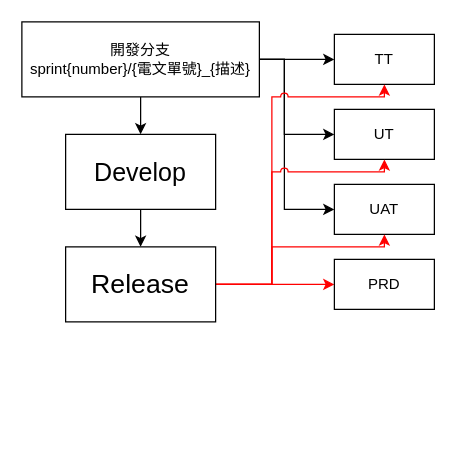
YuHaoLiaoTony/MyImage keeps this draw.io diagram as page "Git-Flow" (7 of 7) of 外幣定存.drawio. Above is the earlier version. Source tidied: cells renumbered, new cells numbered last; positions are measured from the earlier drawing's top-left corner, leaving out a move shared by most shapes. Both pictures are drawn from the tidied source at 125%, with x=0, y=0 at pixel (21, 21).
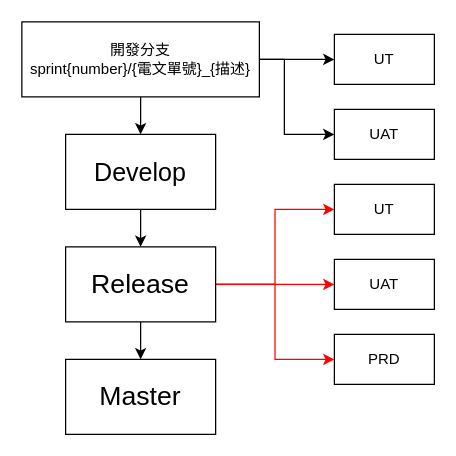
The same diagram, later.

Unchanged cells that the change refers to:
```xml
<mxCell id="6" value="開發分支&lt;br&gt;sprint{number}/{電文單號}_{描述}" style="rounded=0;whiteSpace=wrap;html=1;" parent="1" vertex="1">
  <mxGeometry width="190" height="60" as="geometry" />
</mxCell>
<mxCell id="16" value="&lt;span style=&quot;font-size: 16pt ; font-family: &amp;#34;calibri&amp;#34;&quot;&gt;Release&lt;/span&gt;" style="rounded=0;whiteSpace=wrap;html=1;fontSize=20;" parent="1" vertex="1">
  <mxGeometry x="35" y="180" width="120" height="60" as="geometry" />
</mxCell>
```

What changed in the source:
```diff
@@
-    <mxCell id="3" style="edgeStyle=orthogonalEdgeStyle;rounded=0;jettySize=auto;html=1;entryX=0;entryY=0.5;entryDx=0;entryDy=0;fontSize=20;jumpStyle=arc;" parent="1" edge="1" source="6" target="9">
-      <mxGeometry relative="1" as="geometry" />
+    <mxCell id="3" style="edgeStyle=orthogonalEdgeStyle;rounded=0;jettySize=auto;html=1;entryX=0;entryY=0.5;entryDx=0;entryDy=0;fontSize=20;jumpStyle=arc;" parent="1" edge="1" source="6">
+      <mxGeometry relative="1" as="geometry">
+        <mxPoint x="250" y="30" as="targetPoint" />
+      </mxGeometry>
     </mxCell>
-    <mxCell id="4" style="edgeStyle=orthogonalEdgeStyle;rounded=0;jettySize=auto;html=1;entryX=0;entryY=0.5;entryDx=0;entryDy=0;fontSize=20;jumpStyle=arc;" parent="1" edge="1" source="6" target="10">
-      <mxGeometry relative="1" as="geometry">
-        <Array as="points">
-          <mxPoint x="210" y="30" />
-          <mxPoint x="210" y="90" />
-        </Array>
-      </mxGeometry>
-    </mxCell>
     <mxCell id="5" style="edgeStyle=orthogonalEdgeStyle;rounded=0;jettySize=auto;html=1;entryX=0;entryY=0.5;entryDx=0;entryDy=0;fontSize=20;jumpStyle=arc;" parent="1" edge="1" source="6" target="11">
       <mxGeometry relative="1" as="geometry">
         <Array as="points">
           <mxPoint x="210" y="30" />
-          <mxPoint x="210" y="150" />
+          <mxPoint x="210" y="90" />
         </Array>
       </mxGeometry>
     </mxCell>
@@
-    <mxCell id="9" value="TT" style="rounded=0;whiteSpace=wrap;html=1;" parent="1" vertex="1">
-      <mxGeometry x="250" y="10" width="80" height="40" as="geometry" />
-    </mxCell>
     <mxCell id="10" value="UT" style="rounded=0;whiteSpace=wrap;html=1;" parent="1" vertex="1">
-      <mxGeometry x="250" y="70" width="80" height="40" as="geometry" />
+      <mxGeometry x="250" y="10" width="80" height="40" as="geometry" />
     </mxCell>
     <mxCell id="11" value="UAT" style="rounded=0;whiteSpace=wrap;html=1;" parent="1" vertex="1">
-      <mxGeometry x="250" y="130" width="80" height="40" as="geometry" />
+      <mxGeometry x="250" y="70" width="80" height="40" as="geometry" />
     </mxCell>
@@
-    <mxCell id="13" style="edgeStyle=orthogonalEdgeStyle;rounded=0;jumpStyle=arc;jettySize=auto;html=1;entryX=0.5;entryY=1;entryDx=0;entryDy=0;fontSize=20;strokeColor=#FF0000;exitX=1;exitY=0.5;exitDx=0;exitDy=0;" parent="1" edge="1" source="16" target="11">
-      <mxGeometry relative="1" as="geometry">
-        <Array as="points">
-          <mxPoint x="200" y="210" />
-          <mxPoint x="200" y="180" />
-          <mxPoint x="290" y="180" />
-        </Array>
-      </mxGeometry>
-    </mxCell>
-    <mxCell id="14" style="edgeStyle=orthogonalEdgeStyle;rounded=0;jumpStyle=arc;jettySize=auto;html=1;entryX=0.5;entryY=1;entryDx=0;entryDy=0;fontSize=20;strokeColor=#FF0000;" parent="1" edge="1" source="16" target="10">
-      <mxGeometry relative="1" as="geometry">
-        <Array as="points">
-          <mxPoint x="200" y="210" />
-          <mxPoint x="200" y="120" />
-          <mxPoint x="290" y="120" />
-        </Array>
-      </mxGeometry>
-    </mxCell>
-    <mxCell id="15" style="edgeStyle=orthogonalEdgeStyle;rounded=0;jumpStyle=arc;jettySize=auto;html=1;entryX=0.5;entryY=1;entryDx=0;entryDy=0;fontSize=20;strokeColor=#FF0000;" parent="1" edge="1" source="16" target="9">
-      <mxGeometry relative="1" as="geometry">
-        <Array as="points">
-          <mxPoint x="200" y="210" />
-          <mxPoint x="200" y="60" />
-          <mxPoint x="290" y="60" />
-        </Array>
-      </mxGeometry>
-    </mxCell>
+    <mxCell id="18" style="edgeStyle=orthogonalEdgeStyle;rounded=0;jettySize=auto;html=1;entryX=0;entryY=0.5;entryDx=0;entryDy=0;strokeColor=#FF0000;" parent="1" edge="1" source="16" target="22">
+      <mxGeometry relative="1" as="geometry" />
+    </mxCell>
+    <mxCell id="19" style="edgeStyle=orthogonalEdgeStyle;rounded=0;jettySize=auto;html=1;entryX=0;entryY=0.5;entryDx=0;entryDy=0;strokeColor=#FF0000;" parent="1" edge="1" source="16" target="21">
+      <mxGeometry relative="1" as="geometry" />
+    </mxCell>
+    <mxCell id="20" style="edgeStyle=orthogonalEdgeStyle;rounded=0;jettySize=auto;html=1;" parent="1" edge="1" source="16" target="23">
+      <mxGeometry relative="1" as="geometry" />
+    </mxCell>
@@
     <mxCell id="17" value="PRD" style="rounded=0;whiteSpace=wrap;html=1;" parent="1" vertex="1">
-      <mxGeometry x="250" y="190" width="80" height="40" as="geometry" />
+      <mxGeometry x="250" y="250" width="80" height="40" as="geometry" />
     </mxCell>
+    <mxCell id="21" value="UT" style="rounded=0;whiteSpace=wrap;html=1;" parent="1" vertex="1">
+      <mxGeometry x="250" y="130" width="80" height="40" as="geometry" />
+    </mxCell>
+    <mxCell id="22" value="UAT" style="rounded=0;whiteSpace=wrap;html=1;" parent="1" vertex="1">
+      <mxGeometry x="250" y="190" width="80" height="40" as="geometry" />
+    </mxCell>
+    <mxCell id="23" value="&lt;font face=&quot;calibri&quot;&gt;&lt;span style=&quot;font-size: 21.3333px&quot;&gt;Master&lt;/span&gt;&lt;/font&gt;" style="rounded=0;whiteSpace=wrap;html=1;fontSize=20;" parent="1" vertex="1">
+      <mxGeometry x="35" y="270" width="120" height="60" as="geometry" />
+    </mxCell>
```
